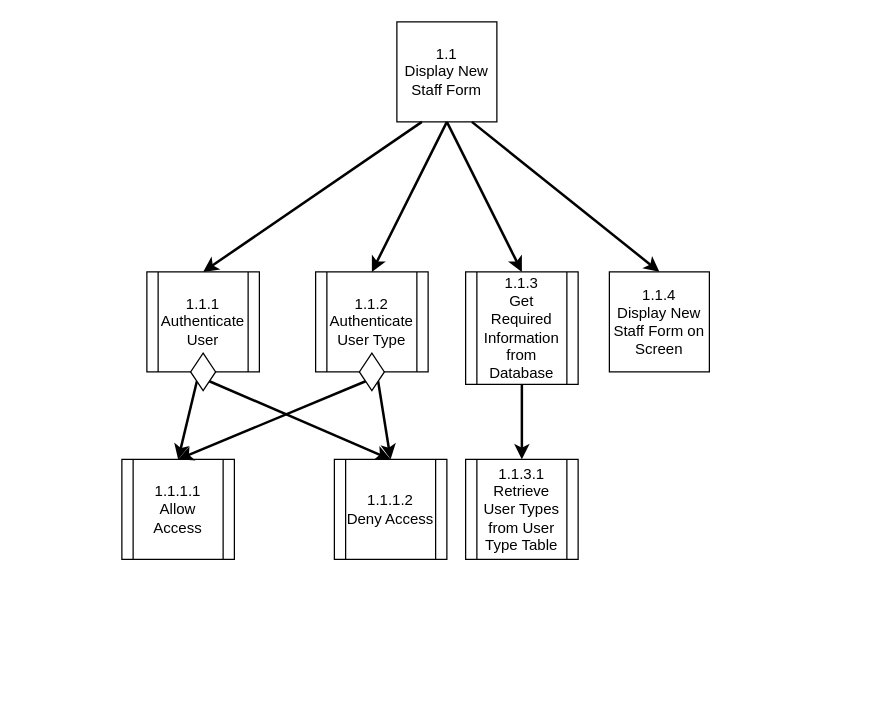
Above: page "1.1: Display New Staff Form" (1 of 2) of Diagrams/StructureCharts/StructChartProc1.drawio in Harlento/SchedulingSystem (draw.io), before the change. Source tidied: cells renumbered, new cells numbered last; positions are measured from the earlier drawing's top-left corner, leaving out a move shared by most shapes. Both pictures are drawn from the tidied source at 125%, with x=0, y=0 at pixel (121, 21).
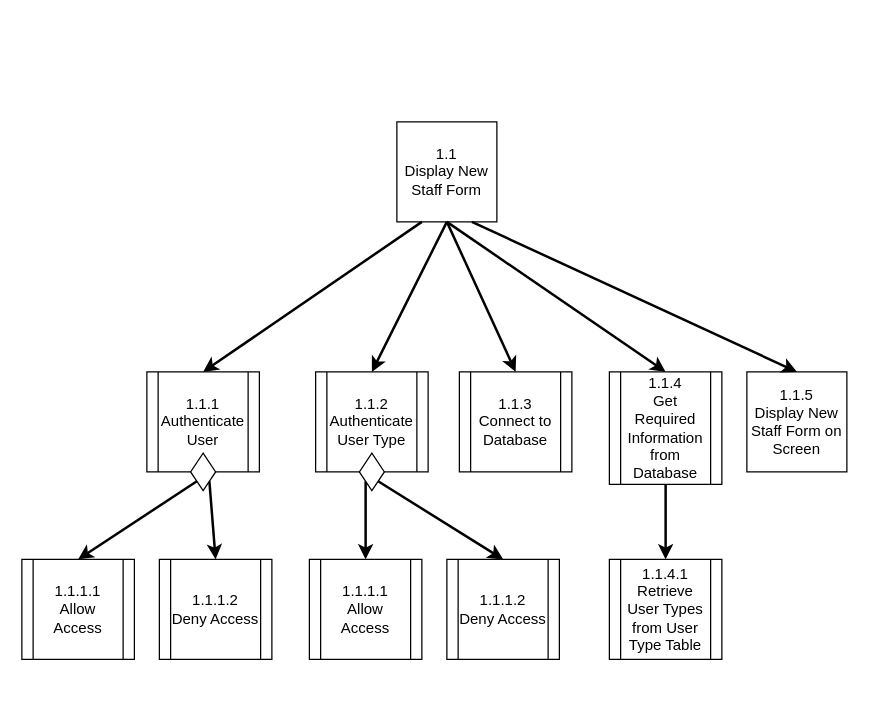
Above is the later version.

The edit, as a diff of the source:
```diff
@@
     <mxCell id="2" value="1.1&lt;br&gt;Display New Staff Form" style="whiteSpace=wrap;html=1;" parent="1" vertex="1">
-      <mxGeometry x="220" width="80" height="80" as="geometry" />
+      <mxGeometry x="220" y="80" width="80" height="80" as="geometry" />
     </mxCell>
     <mxCell id="3" style="endArrow=classic;html=1;" parent="1" edge="1">
       <mxGeometry relative="1" as="geometry">
-        <mxPoint x="50" y="440" as="sourcePoint" />
-        <mxPoint x="50" y="440" as="targetPoint" />
+        <mxPoint x="50" y="520" as="sourcePoint" />
+        <mxPoint x="50" y="520" as="targetPoint" />
       </mxGeometry>
     </mxCell>
-    <mxCell id="4" value="1.1.4&lt;br&gt;Display New Staff Form on Screen" style="whiteSpace=wrap;html=1;" parent="1" vertex="1">
-      <mxGeometry x="390" y="200" width="80" height="80" as="geometry" />
+    <mxCell id="4" value="1.1.5&lt;br&gt;Display New Staff Form on Screen" style="whiteSpace=wrap;html=1;" parent="1" vertex="1">
+      <mxGeometry x="500" y="280" width="80" height="80" as="geometry" />
     </mxCell>
@@
     <mxCell id="9" value="&lt;span style=&quot;white-space: normal&quot;&gt;1.1.1&lt;br&gt;&lt;/span&gt;Authenticate User" style="shape=process;whiteSpace=wrap;html=1;backgroundOutline=1;" parent="1" vertex="1">
-      <mxGeometry x="20" y="200" width="90" height="80" as="geometry" />
+      <mxGeometry x="20" y="280" width="90" height="80" as="geometry" />
     </mxCell>
     <mxCell id="10" value="1.1.1.2&lt;br&gt;Deny Access" style="shape=process;whiteSpace=wrap;html=1;backgroundOutline=1;" parent="1" vertex="1">
-      <mxGeometry x="170" y="350" width="90" height="80" as="geometry" />
+      <mxGeometry x="30" y="430" width="90" height="80" as="geometry" />
     </mxCell>
     <mxCell id="11" value="1.1.1.1&lt;br&gt;Allow Access" style="shape=process;whiteSpace=wrap;html=1;backgroundOutline=1;" parent="1" vertex="1">
-      <mxGeometry y="350" width="90" height="80" as="geometry" />
+      <mxGeometry x="-80" y="430" width="90" height="80" as="geometry" />
     </mxCell>
     <mxCell id="12" style="rhombus;whiteSpace=wrap;html=1;fillColor=#FFFFFF;" parent="1" vertex="1">
-      <mxGeometry x="55" y="265" width="20" height="30" as="geometry" />
+      <mxGeometry x="55" y="345" width="20" height="30" as="geometry" />
     </mxCell>
@@
-    <mxCell id="14" style="endArrow=classic;html=1;exitX=0;exitY=1;exitDx=0;exitDy=0;entryX=0.5;entryY=0;entryDx=0;entryDy=0;strokeWidth=2;" parent="1" edge="1" source="17" target="11">
+    <mxCell id="14" style="endArrow=classic;html=1;exitX=0;exitY=1;exitDx=0;exitDy=0;strokeWidth=2;entryX=0.5;entryY=0;entryDx=0;entryDy=0;" parent="1" edge="1" source="17" target="23">
       <mxGeometry relative="1" as="geometry" />
     </mxCell>
-    <mxCell id="15" style="endArrow=classic;html=1;strokeWidth=2;entryX=0.5;entryY=0;entryDx=0;entryDy=0;exitX=1;exitY=1;exitDx=0;exitDy=0;" parent="1" edge="1" source="17" target="10">
+    <mxCell id="15" style="endArrow=classic;html=1;strokeWidth=2;exitX=1;exitY=1;exitDx=0;exitDy=0;entryX=0.5;entryY=0;entryDx=0;entryDy=0;" parent="1" edge="1" source="17" target="24">
       <mxGeometry relative="1" as="geometry" />
     </mxCell>
     <mxCell id="16" value="&lt;span style=&quot;white-space: normal&quot;&gt;1.1.2&lt;br&gt;&lt;/span&gt;Authenticate User Type" style="shape=process;whiteSpace=wrap;html=1;backgroundOutline=1;" parent="1" vertex="1">
-      <mxGeometry x="155" y="200" width="90" height="80" as="geometry" />
+      <mxGeometry x="155" y="280" width="90" height="80" as="geometry" />
     </mxCell>
     <mxCell id="17" style="rhombus;whiteSpace=wrap;html=1;fillColor=#FFFFFF;" parent="1" vertex="1">
-      <mxGeometry x="190" y="265" width="20" height="30" as="geometry" />
+      <mxGeometry x="190" y="345" width="20" height="30" as="geometry" />
     </mxCell>
@@
-    <mxCell id="20" value="1.1.3.1&lt;br&gt;Retrieve User Types from User Type Table" style="shape=process;whiteSpace=wrap;html=1;backgroundOutline=1;" parent="1" vertex="1">
-      <mxGeometry x="275" y="350" width="90" height="80" as="geometry" />
+    <mxCell id="20" value="1.1.4.1&lt;br&gt;Retrieve User Types from User Type Table" style="shape=process;whiteSpace=wrap;html=1;backgroundOutline=1;" parent="1" vertex="1">
+      <mxGeometry x="390" y="430" width="90" height="80" as="geometry" />
     </mxCell>
@@
-    <mxCell id="22" value="1.1.3&lt;br&gt;Get Required Information from Database" style="shape=process;whiteSpace=wrap;html=1;backgroundOutline=1;" parent="1" vertex="1">
-      <mxGeometry x="275" y="200" width="90" height="90" as="geometry" />
+    <mxCell id="22" value="1.1.4&lt;br&gt;Get Required Information from Database" style="shape=process;whiteSpace=wrap;html=1;backgroundOutline=1;" parent="1" vertex="1">
+      <mxGeometry x="390" y="280" width="90" height="90" as="geometry" />
     </mxCell>
+    <mxCell id="23" value="1.1.1.1&lt;br&gt;Allow Access" style="shape=process;whiteSpace=wrap;html=1;backgroundOutline=1;" parent="1" vertex="1">
+      <mxGeometry x="150" y="430" width="90" height="80" as="geometry" />
+    </mxCell>
+    <mxCell id="24" value="1.1.1.2&lt;br&gt;Deny Access" style="shape=process;whiteSpace=wrap;html=1;backgroundOutline=1;" parent="1" vertex="1">
+      <mxGeometry x="260" y="430" width="90" height="80" as="geometry" />
+    </mxCell>
+    <mxCell id="25" value="1.1.3&lt;br&gt;Connect to Database" style="shape=process;whiteSpace=wrap;html=1;backgroundOutline=1;" parent="1" vertex="1">
+      <mxGeometry x="270" y="280" width="90" height="80" as="geometry" />
+    </mxCell>
+    <mxCell id="26" style="endArrow=classic;html=1;strokeWidth=2;entryX=0.5;entryY=0;entryDx=0;entryDy=0;exitX=0.5;exitY=1;exitDx=0;exitDy=0;" parent="1" edge="1" source="2" target="25">
+      <mxGeometry relative="1" as="geometry" />
+    </mxCell>
```
